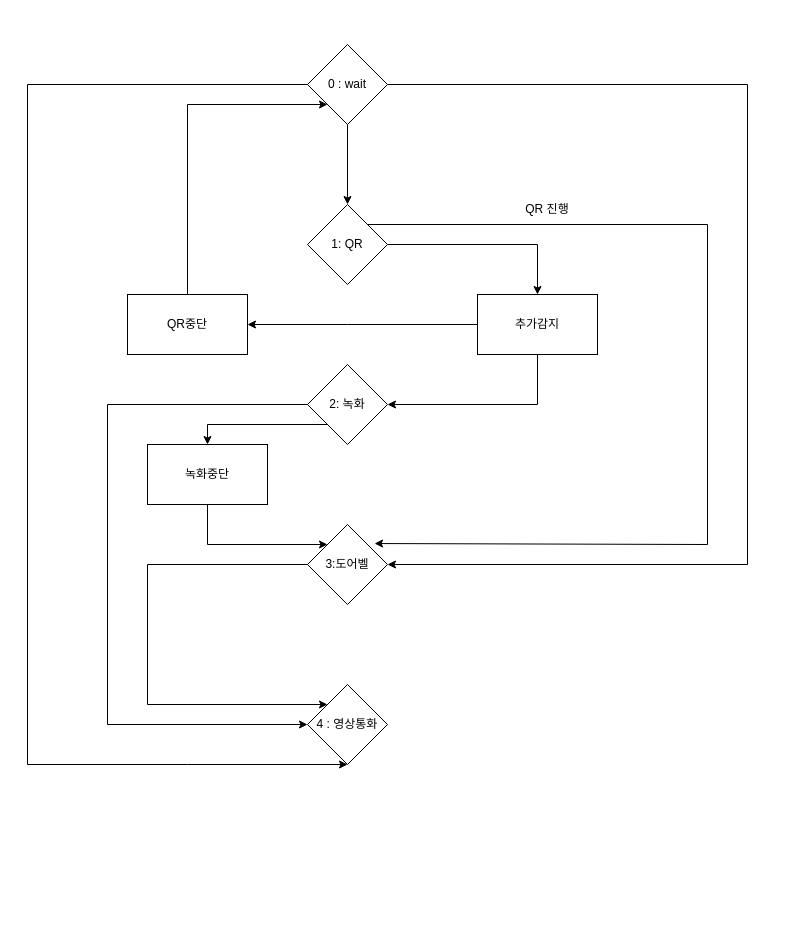
The draw.io diagram 제목 없는 다이어그램.drawio in elccom/hizib-server, before the edit. Source tidied: cells renumbered, new cells numbered last; positions are measured from the earlier drawing's top-left corner, leaving out a move shared by most shapes. Both pictures are drawn from the tidied source at 100%, with x=0, y=0 at pixel (27, 44).
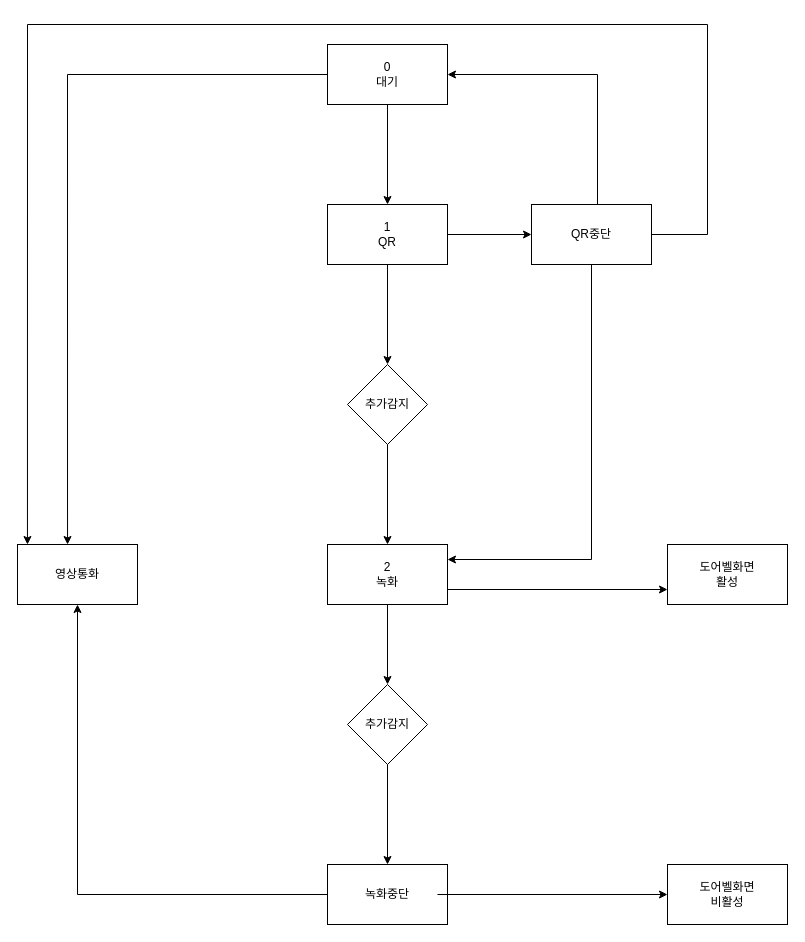
The same page after the edit.

Commit message (it also covers changes not shown here):
제목 없는 다이어그램.drawio 업데이트

What changed in the source:
```diff
@@
-    <mxCell id="2" value="1: QR" style="rhombus;whiteSpace=wrap;html=1;" parent="1" vertex="1">
-      <mxGeometry x="280" y="160" width="80" height="80" as="geometry" />
-    </mxCell>
-    <mxCell id="3" value="2: 녹화" style="rhombus;whiteSpace=wrap;html=1;" parent="1" vertex="1">
-      <mxGeometry x="280" y="320" width="80" height="80" as="geometry" />
-    </mxCell>
-    <mxCell id="4" value="3:도어벨" style="rhombus;whiteSpace=wrap;html=1;" parent="1" vertex="1">
-      <mxGeometry x="280" y="480" width="80" height="80" as="geometry" />
-    </mxCell>
-    <mxCell id="5" value="4 : 영상통화" style="rhombus;whiteSpace=wrap;html=1;" parent="1" vertex="1">
-      <mxGeometry x="280" y="640" width="80" height="80" as="geometry" />
-    </mxCell>
-    <mxCell id="6" value="0 : wait" style="rhombus;whiteSpace=wrap;html=1;" parent="1" vertex="1">
-      <mxGeometry x="280" width="80" height="80" as="geometry" />
-    </mxCell>
-    <mxCell id="7" style="endArrow=classic;html=1;rounded=0;exitX=0.5;exitY=1;exitDx=0;exitDy=0;" parent="1" edge="1" source="6" target="2">
-      <mxGeometry relative="1" as="geometry" />
-    </mxCell>
-    <mxCell id="8" style="endArrow=classic;html=1;rounded=0;exitX=1;exitY=0.5;exitDx=0;exitDy=0;entryX=1;entryY=0.5;entryDx=0;entryDy=0;" parent="1" edge="1" source="6" target="4">
-      <mxGeometry relative="1" as="geometry">
-        <Array as="points">
-          <mxPoint x="720" y="40" />
-          <mxPoint x="720" y="520" />
-        </Array>
-      </mxGeometry>
-    </mxCell>
-    <mxCell id="9" style="endArrow=classic;html=1;rounded=0;exitX=0;exitY=0.5;exitDx=0;exitDy=0;entryX=0.5;entryY=1;entryDx=0;entryDy=0;" parent="1" edge="1" source="6" target="5">
-      <mxGeometry relative="1" as="geometry">
-        <Array as="points">
-          <mxPoint y="40" />
-          <mxPoint y="720" />
-          <mxPoint x="160" y="720" />
-        </Array>
-      </mxGeometry>
-    </mxCell>
-    <mxCell id="10" style="endArrow=classic;html=1;rounded=0;exitX=0;exitY=0.5;exitDx=0;exitDy=0;entryX=0;entryY=0.5;entryDx=0;entryDy=0;" parent="1" edge="1" source="3" target="5">
-      <mxGeometry relative="1" as="geometry">
-        <Array as="points">
-          <mxPoint x="80" y="360" />
-          <mxPoint x="80" y="680" />
-        </Array>
-      </mxGeometry>
-    </mxCell>
-    <mxCell id="11" style="endArrow=classic;html=1;rounded=0;exitX=0;exitY=0.5;exitDx=0;exitDy=0;entryX=0;entryY=0;entryDx=0;entryDy=0;" parent="1" edge="1" source="4" target="5">
-      <mxGeometry relative="1" as="geometry">
-        <Array as="points">
-          <mxPoint x="120" y="520" />
-          <mxPoint x="120" y="660" />
-        </Array>
-      </mxGeometry>
-    </mxCell>
-    <mxCell id="12" style="endArrow=classic;html=1;rounded=0;exitX=0.5;exitY=1;exitDx=0;exitDy=0;entryX=1;entryY=0.5;entryDx=0;entryDy=0;" parent="1" edge="1" source="15" target="3">
-      <mxGeometry relative="1" as="geometry">
-        <Array as="points">
-          <mxPoint x="510" y="360" />
-        </Array>
-      </mxGeometry>
-    </mxCell>
-    <mxCell id="13" style="endArrow=classic;html=1;rounded=0;exitX=1;exitY=0;exitDx=0;exitDy=0;entryX=0.838;entryY=0.238;entryDx=0;entryDy=0;entryPerimeter=0;" parent="1" edge="1" source="2" target="4">
-      <mxGeometry relative="1" as="geometry">
-        <Array as="points">
-          <mxPoint x="680" y="180" />
-          <mxPoint x="680" y="500" />
-        </Array>
-      </mxGeometry>
-    </mxCell>
-    <mxCell id="14" value="QR 진행" style="text;strokeColor=none;align=center;fillColor=none;html=1;verticalAlign=middle;whiteSpace=wrap;rounded=0;" parent="1" vertex="1">
-      <mxGeometry x="490" y="150" width="60" height="30" as="geometry" />
-    </mxCell>
-    <mxCell id="15" value="추가감지" style="rounded=0;whiteSpace=wrap;html=1;" parent="1" vertex="1">
-      <mxGeometry x="450" y="250" width="120" height="60" as="geometry" />
-    </mxCell>
-    <mxCell id="16" style="endArrow=classic;html=1;rounded=0;exitX=1;exitY=0.5;exitDx=0;exitDy=0;entryX=0.5;entryY=0;entryDx=0;entryDy=0;" parent="1" edge="1" source="2" target="15">
-      <mxGeometry relative="1" as="geometry">
-        <Array as="points">
-          <mxPoint x="510" y="200" />
-        </Array>
-      </mxGeometry>
-    </mxCell>
+    <mxCell id="23" value="0&lt;br&gt;대기" style="rounded=0;whiteSpace=wrap;html=1;" parent="1" vertex="1">
+      <mxGeometry x="300" width="120" height="60" as="geometry" />
+    </mxCell>
+    <mxCell id="24" value="1&lt;br&gt;QR" style="rounded=0;whiteSpace=wrap;html=1;" parent="1" vertex="1">
+      <mxGeometry x="300" y="160" width="120" height="60" as="geometry" />
+    </mxCell>
+    <mxCell id="25" value="2&lt;br&gt;녹화" style="rounded=0;whiteSpace=wrap;html=1;" parent="1" vertex="1">
+      <mxGeometry x="300" y="500" width="120" height="60" as="geometry" />
+    </mxCell>
+    <mxCell id="26" style="endArrow=classic;html=1;rounded=0;exitX=0.5;exitY=1;exitDx=0;exitDy=0;" parent="1" edge="1" source="23" target="24">
+      <mxGeometry relative="1" as="geometry" />
+    </mxCell>
+    <mxCell id="27" value="추가감지" style="rhombus;whiteSpace=wrap;html=1;" parent="1" vertex="1">
+      <mxGeometry x="320" y="320" width="80" height="80" as="geometry" />
+    </mxCell>
+    <mxCell id="28" style="endArrow=classic;html=1;rounded=0;exitX=0.5;exitY=1;exitDx=0;exitDy=0;entryX=0.5;entryY=0;entryDx=0;entryDy=0;" parent="1" edge="1" source="24" target="27">
+      <mxGeometry relative="1" as="geometry" />
+    </mxCell>
+    <mxCell id="29" style="endArrow=classic;html=1;rounded=0;exitX=0.5;exitY=1;exitDx=0;exitDy=0;entryX=0.5;entryY=0;entryDx=0;entryDy=0;" parent="1" edge="1" source="27" target="25">
+      <mxGeometry relative="1" as="geometry" />
+    </mxCell>
     <mxCell id="17" value="QR중단" style="rounded=0;whiteSpace=wrap;html=1;" parent="1" vertex="1">
-      <mxGeometry x="100" y="250" width="120" height="60" as="geometry" />
+      <mxGeometry x="504" y="160" width="120" height="60" as="geometry" />
     </mxCell>
-    <mxCell id="18" style="endArrow=classic;html=1;rounded=0;exitX=0;exitY=0.5;exitDx=0;exitDy=0;entryX=1;entryY=0.5;entryDx=0;entryDy=0;" parent="1" edge="1" source="15" target="17">
-      <mxGeometry relative="1" as="geometry">
-        <Array as="points">
-          <mxPoint x="320" y="280" />
-        </Array>
-      </mxGeometry>
-    </mxCell>
-    <mxCell id="19" style="endArrow=classic;html=1;rounded=0;entryX=0;entryY=1;entryDx=0;entryDy=0;exitX=0.5;exitY=0;exitDx=0;exitDy=0;" parent="1" edge="1" source="17" target="6">
-      <mxGeometry relative="1" as="geometry">
-        <Array as="points">
-          <mxPoint x="160" y="60" />
-        </Array>
-      </mxGeometry>
-    </mxCell>
+    <mxCell id="30" style="endArrow=classic;html=1;rounded=0;exitX=1;exitY=0.5;exitDx=0;exitDy=0;entryX=0;entryY=0.5;entryDx=0;entryDy=0;" parent="1" edge="1" source="24" target="17">
+      <mxGeometry relative="1" as="geometry" />
+    </mxCell>
+    <mxCell id="31" style="endArrow=classic;html=1;rounded=0;entryX=1;entryY=0.5;entryDx=0;entryDy=0;" parent="1" edge="1" target="23">
+      <mxGeometry relative="1" as="geometry">
+        <mxPoint x="570" y="160" as="sourcePoint" />
+        <Array as="points">
+          <mxPoint x="570" y="30" />
+        </Array>
+      </mxGeometry>
+    </mxCell>
-    <mxCell id="20" value="녹화중단&lt;br&gt;" style="rounded=0;whiteSpace=wrap;html=1;" parent="1" vertex="1">
-      <mxGeometry x="120" y="400" width="120" height="60" as="geometry" />
+    <mxCell id="20" value="녹화중단" style="rounded=0;whiteSpace=wrap;html=1;" parent="1" vertex="1">
+      <mxGeometry x="300" y="820" width="120" height="60" as="geometry" />
     </mxCell>
-    <mxCell id="21" style="endArrow=classic;html=1;rounded=0;entryX=0.5;entryY=0;entryDx=0;entryDy=0;" parent="1" edge="1" target="20">
-      <mxGeometry relative="1" as="geometry">
-        <mxPoint x="300" y="380" as="sourcePoint" />
-        <Array as="points">
-          <mxPoint x="180" y="380" />
-        </Array>
-      </mxGeometry>
-    </mxCell>
-    <mxCell id="22" style="endArrow=classic;html=1;rounded=0;entryX=0;entryY=0;entryDx=0;entryDy=0;exitX=0.5;exitY=1;exitDx=0;exitDy=0;" parent="1" edge="1" source="20" target="4">
-      <mxGeometry relative="1" as="geometry">
-        <Array as="points">
-          <mxPoint x="180" y="500" />
-        </Array>
-      </mxGeometry>
-    </mxCell>
+    <mxCell id="32" value="추가감지" style="rhombus;whiteSpace=wrap;html=1;" parent="1" vertex="1">
+      <mxGeometry x="320" y="640" width="80" height="80" as="geometry" />
+    </mxCell>
+    <mxCell id="33" style="endArrow=classic;html=1;rounded=0;exitX=0.5;exitY=1;exitDx=0;exitDy=0;entryX=0.5;entryY=0;entryDx=0;entryDy=0;" parent="1" edge="1" source="25" target="32">
+      <mxGeometry relative="1" as="geometry" />
+    </mxCell>
+    <mxCell id="34" style="endArrow=classic;html=1;rounded=0;exitX=0.5;exitY=1;exitDx=0;exitDy=0;entryX=0.5;entryY=0;entryDx=0;entryDy=0;" parent="1" edge="1" source="32" target="20">
+      <mxGeometry relative="1" as="geometry" />
+    </mxCell>
+    <mxCell id="35" value="도어벨화면&lt;br&gt;활성" style="rounded=0;whiteSpace=wrap;html=1;" parent="1" vertex="1">
+      <mxGeometry x="640" y="500" width="120" height="60" as="geometry" />
+    </mxCell>
+    <mxCell id="36" value="영상통화" style="rounded=0;whiteSpace=wrap;html=1;" parent="1" vertex="1">
+      <mxGeometry x="-10" y="500" width="120" height="60" as="geometry" />
+    </mxCell>
+    <mxCell id="37" style="endArrow=classic;html=1;rounded=0;entryX=0.417;entryY=0;entryDx=0;entryDy=0;entryPerimeter=0;" parent="1" edge="1" source="23" target="36">
+      <mxGeometry relative="1" as="geometry">
+        <Array as="points">
+          <mxPoint x="40" y="30" />
+        </Array>
+      </mxGeometry>
+    </mxCell>
+    <mxCell id="38" style="endArrow=classic;html=1;rounded=0;entryX=0.083;entryY=0;entryDx=0;entryDy=0;entryPerimeter=0;exitX=1;exitY=0.5;exitDx=0;exitDy=0;" parent="1" edge="1" source="17" target="36">
+      <mxGeometry relative="1" as="geometry">
+        <Array as="points">
+          <mxPoint x="680" y="190" />
+          <mxPoint x="680" y="-20" />
+          <mxPoint y="-20" />
+        </Array>
+      </mxGeometry>
+    </mxCell>
+    <mxCell id="39" style="endArrow=classic;html=1;rounded=0;exitX=0;exitY=0.5;exitDx=0;exitDy=0;" parent="1" edge="1" source="20">
+      <mxGeometry relative="1" as="geometry">
+        <mxPoint x="50" y="560" as="targetPoint" />
+        <Array as="points">
+          <mxPoint x="50" y="850" />
+        </Array>
+      </mxGeometry>
+    </mxCell>
+    <mxCell id="40" style="endArrow=classic;html=1;rounded=0;entryX=0;entryY=0.5;entryDx=0;entryDy=0;" parent="1" edge="1" target="41">
+      <mxGeometry relative="1" as="geometry">
+        <mxPoint x="410" y="850" as="sourcePoint" />
+      </mxGeometry>
+    </mxCell>
+    <mxCell id="41" value="도어벨화면&lt;br&gt;비활성" style="rounded=0;whiteSpace=wrap;html=1;" parent="1" vertex="1">
+      <mxGeometry x="640" y="820" width="120" height="60" as="geometry" />
+    </mxCell>
+    <mxCell id="42" style="endArrow=classic;html=1;rounded=0;exitX=0.5;exitY=1;exitDx=0;exitDy=0;entryX=1;entryY=0.25;entryDx=0;entryDy=0;" parent="1" edge="1" source="17" target="25">
+      <mxGeometry relative="1" as="geometry">
+        <Array as="points">
+          <mxPoint x="564" y="515" />
+        </Array>
+      </mxGeometry>
+    </mxCell>
+    <mxCell id="43" style="endArrow=classic;html=1;rounded=0;exitX=1;exitY=0.75;exitDx=0;exitDy=0;entryX=0;entryY=0.75;entryDx=0;entryDy=0;" parent="1" edge="1" source="25" target="35">
+      <mxGeometry relative="1" as="geometry" />
+    </mxCell>
```
